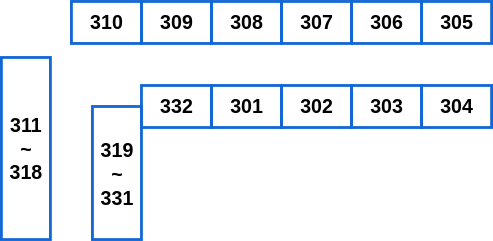
Before: public/images/floorplans/software/3f.svg, a diagram exported from draw.io (DKU-Opensource-Team23/Empty-Bear-FE). Source tidied: cells renumbered, new cells last; positions are measured from the earlier drawing's top-left corner, leaving out a move shared by most shapes.
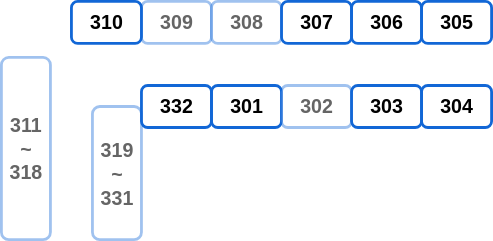
After the commit.

What changed in the source:
```diff
@@ -2,43 +2,43 @@
   <root>
     <mxCell id="0" />
     <mxCell id="1" parent="0" />
-    <mxCell id="2" value="309" style="whiteSpace=wrap;html=1;rounded=0;strokeColor=#1267D6;strokeWidth=2;align=center;verticalAlign=middle;fontFamily=sans-serif;fontSize=14;fontColor=default;fontStyle=1;fillColor=none;gradientColor=none;" parent="1" vertex="1">
+    <mxCell id="2" value="309" style="whiteSpace=wrap;html=1;rounded=1;strokeColor=#1267D6;strokeWidth=2;align=center;verticalAlign=middle;fontFamily=sans-serif;fontSize=14;fontColor=default;fontStyle=1;fillColor=#FFFFFF;gradientColor=none;shadow=0;glass=0;fillStyle=auto;opacity=40;textOpacity=60;" parent="1" vertex="1">
       <mxGeometry x="100" width="50" height="30" as="geometry" />
     </mxCell>
-    <mxCell id="3" value="308" style="whiteSpace=wrap;html=1;rounded=0;strokeColor=#1267D6;strokeWidth=2;align=center;verticalAlign=middle;fontFamily=sans-serif;fontSize=14;fontColor=default;fontStyle=1;fillColor=none;gradientColor=none;" parent="1" vertex="1">
+    <mxCell id="3" value="308" style="whiteSpace=wrap;html=1;rounded=1;strokeColor=#1267D6;strokeWidth=2;align=center;verticalAlign=middle;fontFamily=sans-serif;fontSize=14;fontColor=default;fontStyle=1;fillColor=#FFFFFF;gradientColor=none;shadow=0;glass=0;fillStyle=auto;opacity=40;textOpacity=60;" parent="1" vertex="1">
       <mxGeometry x="150" width="50" height="30" as="geometry" />
     </mxCell>
-    <mxCell id="4" value="307" style="whiteSpace=wrap;html=1;rounded=0;strokeColor=#1267D6;strokeWidth=2;align=center;verticalAlign=middle;fontFamily=sans-serif;fontSize=14;fontColor=default;fontStyle=1;fillColor=none;gradientColor=none;" parent="1" vertex="1">
+    <mxCell id="4" value="307" style="whiteSpace=wrap;html=1;rounded=1;strokeColor=#1267D6;strokeWidth=2;align=center;verticalAlign=middle;fontFamily=sans-serif;fontSize=14;fontColor=default;fontStyle=1;fillColor=none;gradientColor=none;" parent="1" vertex="1">
       <mxGeometry x="200" width="50" height="30" as="geometry" />
     </mxCell>
-    <mxCell id="5" value="306" style="whiteSpace=wrap;html=1;rounded=0;strokeColor=#1267D6;strokeWidth=2;align=center;verticalAlign=middle;fontFamily=sans-serif;fontSize=14;fontColor=default;fontStyle=1;fillColor=none;gradientColor=none;" parent="1" vertex="1">
+    <mxCell id="5" value="306" style="whiteSpace=wrap;html=1;rounded=1;strokeColor=#1267D6;strokeWidth=2;align=center;verticalAlign=middle;fontFamily=sans-serif;fontSize=14;fontColor=default;fontStyle=1;fillColor=none;gradientColor=none;" parent="1" vertex="1">
       <mxGeometry x="250" width="50" height="30" as="geometry" />
     </mxCell>
-    <mxCell id="6" value="305" style="whiteSpace=wrap;html=1;rounded=0;strokeColor=#1267D6;strokeWidth=2;align=center;verticalAlign=middle;fontFamily=sans-serif;fontSize=14;fontColor=default;fontStyle=1;fillColor=none;gradientColor=none;" parent="1" vertex="1">
+    <mxCell id="6" value="305" style="whiteSpace=wrap;html=1;rounded=1;strokeColor=#1267D6;strokeWidth=2;align=center;verticalAlign=middle;fontFamily=sans-serif;fontSize=14;fontColor=default;fontStyle=1;fillColor=none;gradientColor=none;" parent="1" vertex="1">
       <mxGeometry x="300" width="50" height="30" as="geometry" />
     </mxCell>
-    <mxCell id="7" value="311&lt;div&gt;~&lt;/div&gt;&lt;div&gt;318&lt;/div&gt;" style="whiteSpace=wrap;html=1;rounded=0;strokeColor=#1267D6;strokeWidth=2;align=center;verticalAlign=middle;fontFamily=sans-serif;fontSize=14;fontColor=default;fontStyle=1;fillColor=none;gradientColor=none;" parent="1" vertex="1">
+    <mxCell id="7" value="311&lt;div&gt;~&lt;/div&gt;&lt;div&gt;318&lt;/div&gt;" style="whiteSpace=wrap;html=1;rounded=1;strokeColor=#1267D6;strokeWidth=2;align=center;verticalAlign=middle;fontFamily=sans-serif;fontSize=14;fontColor=default;fontStyle=1;fillColor=#FFFFFF;gradientColor=none;shadow=0;glass=0;fillStyle=auto;opacity=40;textOpacity=60;" parent="1" vertex="1">
       <mxGeometry y="40" width="35" height="130" as="geometry" />
     </mxCell>
-    <mxCell id="8" value="&lt;div&gt;319&lt;/div&gt;&lt;div&gt;~&lt;/div&gt;&lt;div&gt;331&lt;/div&gt;" style="whiteSpace=wrap;html=1;rounded=0;strokeColor=#1267D6;strokeWidth=2;align=center;verticalAlign=middle;fontFamily=sans-serif;fontSize=14;fontColor=default;fontStyle=1;fillColor=none;gradientColor=none;" parent="1" vertex="1">
+    <mxCell id="8" value="&lt;div&gt;319&lt;/div&gt;&lt;div&gt;~&lt;/div&gt;&lt;div&gt;331&lt;/div&gt;" style="whiteSpace=wrap;html=1;rounded=1;strokeColor=#1267D6;strokeWidth=2;align=center;verticalAlign=middle;fontFamily=sans-serif;fontSize=14;fontColor=default;fontStyle=1;fillColor=#FFFFFF;gradientColor=none;shadow=0;glass=0;fillStyle=auto;opacity=40;textOpacity=60;" parent="1" vertex="1">
       <mxGeometry x="65" y="75" width="35" height="95" as="geometry" />
     </mxCell>
-    <mxCell id="9" value="332" style="whiteSpace=wrap;html=1;rounded=0;strokeColor=#1267D6;strokeWidth=2;align=center;verticalAlign=middle;fontFamily=sans-serif;fontSize=14;fontColor=default;fontStyle=1;fillColor=none;gradientColor=none;" parent="1" vertex="1">
+    <mxCell id="9" value="332" style="whiteSpace=wrap;html=1;rounded=1;strokeColor=#1267D6;strokeWidth=2;align=center;verticalAlign=middle;fontFamily=sans-serif;fontSize=14;fontColor=default;fontStyle=1;fillColor=none;gradientColor=none;" parent="1" vertex="1">
       <mxGeometry x="100" y="60" width="50" height="30" as="geometry" />
     </mxCell>
-    <mxCell id="10" value="301" style="whiteSpace=wrap;html=1;rounded=0;strokeColor=#1267D6;strokeWidth=2;align=center;verticalAlign=middle;fontFamily=sans-serif;fontSize=14;fontColor=default;fontStyle=1;fillColor=none;gradientColor=none;" parent="1" vertex="1">
+    <mxCell id="10" value="301" style="whiteSpace=wrap;html=1;rounded=1;strokeColor=#1267D6;strokeWidth=2;align=center;verticalAlign=middle;fontFamily=sans-serif;fontSize=14;fontColor=default;fontStyle=1;fillColor=none;gradientColor=none;" parent="1" vertex="1">
       <mxGeometry x="150" y="60" width="50" height="30" as="geometry" />
     </mxCell>
-    <mxCell id="11" value="302" style="whiteSpace=wrap;html=1;rounded=0;strokeColor=#1267D6;strokeWidth=2;align=center;verticalAlign=middle;fontFamily=sans-serif;fontSize=14;fontColor=default;fontStyle=1;fillColor=none;gradientColor=none;" parent="1" vertex="1">
+    <mxCell id="11" value="302" style="whiteSpace=wrap;html=1;rounded=1;strokeColor=#1267D6;strokeWidth=2;align=center;verticalAlign=middle;fontFamily=sans-serif;fontSize=14;fontColor=default;fontStyle=1;fillColor=#FFFFFF;gradientColor=none;shadow=0;glass=0;fillStyle=auto;opacity=40;textOpacity=60;" parent="1" vertex="1">
       <mxGeometry x="200" y="60" width="50" height="30" as="geometry" />
     </mxCell>
-    <mxCell id="12" value="303" style="whiteSpace=wrap;html=1;rounded=0;strokeColor=#1267D6;strokeWidth=2;align=center;verticalAlign=middle;fontFamily=sans-serif;fontSize=14;fontColor=default;fontStyle=1;fillColor=none;gradientColor=none;" parent="1" vertex="1">
+    <mxCell id="12" value="303" style="whiteSpace=wrap;html=1;rounded=1;strokeColor=#1267D6;strokeWidth=2;align=center;verticalAlign=middle;fontFamily=sans-serif;fontSize=14;fontColor=default;fontStyle=1;fillColor=none;gradientColor=none;" parent="1" vertex="1">
       <mxGeometry x="250" y="60" width="50" height="30" as="geometry" />
     </mxCell>
-    <mxCell id="13" value="304" style="whiteSpace=wrap;html=1;rounded=0;strokeColor=#1267D6;strokeWidth=2;align=center;verticalAlign=middle;fontFamily=sans-serif;fontSize=14;fontColor=default;fontStyle=1;fillColor=none;gradientColor=none;" parent="1" vertex="1">
+    <mxCell id="13" value="304" style="whiteSpace=wrap;html=1;rounded=1;strokeColor=#1267D6;strokeWidth=2;align=center;verticalAlign=middle;fontFamily=sans-serif;fontSize=14;fontColor=default;fontStyle=1;fillColor=none;gradientColor=none;" parent="1" vertex="1">
       <mxGeometry x="300" y="60" width="50" height="30" as="geometry" />
     </mxCell>
-    <mxCell id="14" value="310" style="whiteSpace=wrap;html=1;rounded=0;strokeColor=#1267D6;strokeWidth=2;align=center;verticalAlign=middle;fontFamily=sans-serif;fontSize=14;fontColor=default;fontStyle=1;fillColor=none;gradientColor=none;" parent="1" vertex="1">
+    <mxCell id="14" value="310" style="whiteSpace=wrap;html=1;rounded=1;strokeColor=#1267D6;strokeWidth=2;align=center;verticalAlign=middle;fontFamily=sans-serif;fontSize=14;fontColor=default;fontStyle=1;fillColor=none;gradientColor=none;" parent="1" vertex="1">
       <mxGeometry x="50" width="50" height="30" as="geometry" />
     </mxCell>
   </root>
```
